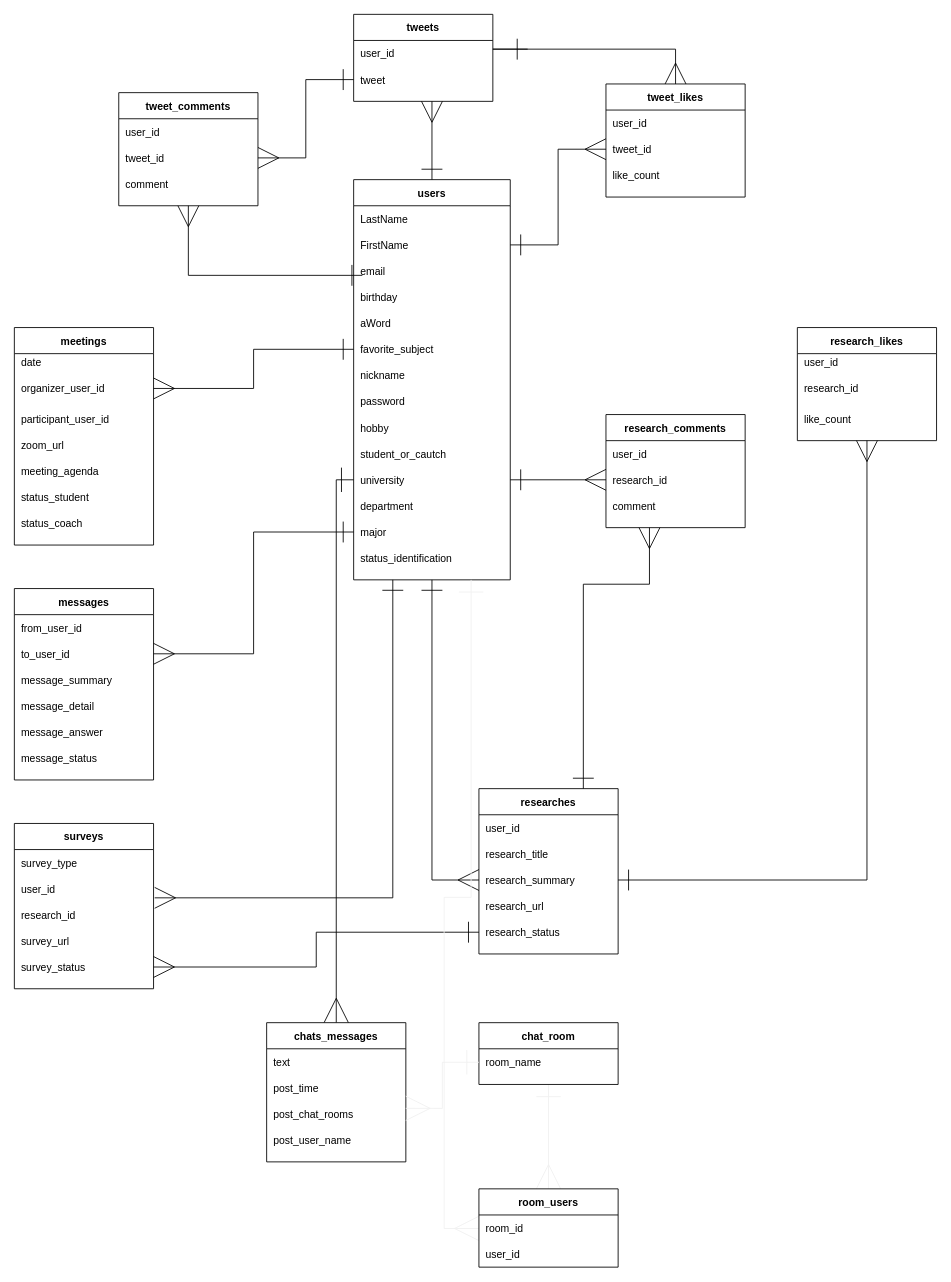
This is ER.dio from unimarist/tucktter1_app, a draw.io file, before an edit. Source tidied: cells renumbered, new cells numbered last; positions are measured from the earlier drawing's top-left corner, leaving out a move shared by most shapes. Both pictures are drawn from the tidied source at 87%, with x=0, y=0 at pixel (14, 14).
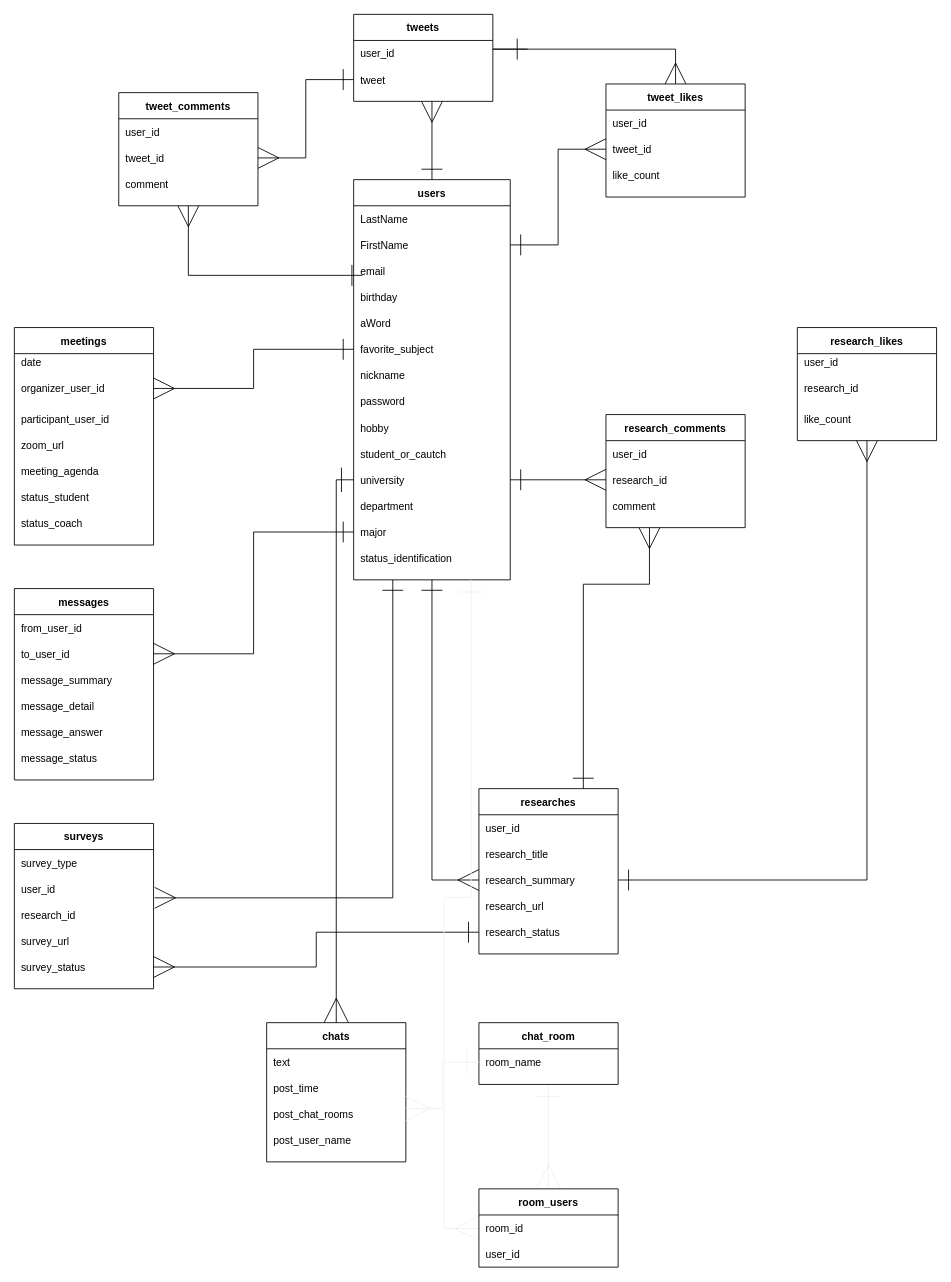
After the change.

Change to the diagram source:
```diff
@@
-    <mxCell id="129" value="chats_messages" style="shape=table;startSize=30;childLayout=tableLayout;rowLines=0;fontStyle=1;align=center;shadow=0;" parent="1" vertex="1">
+    <mxCell id="129" value="chats" style="shape=table;startSize=30;childLayout=tableLayout;rowLines=0;fontStyle=1;align=center;shadow=0;" parent="1" vertex="1">
       <mxGeometry x="290" y="1159" width="160" height="160" as="geometry" />
     </mxCell>
```
